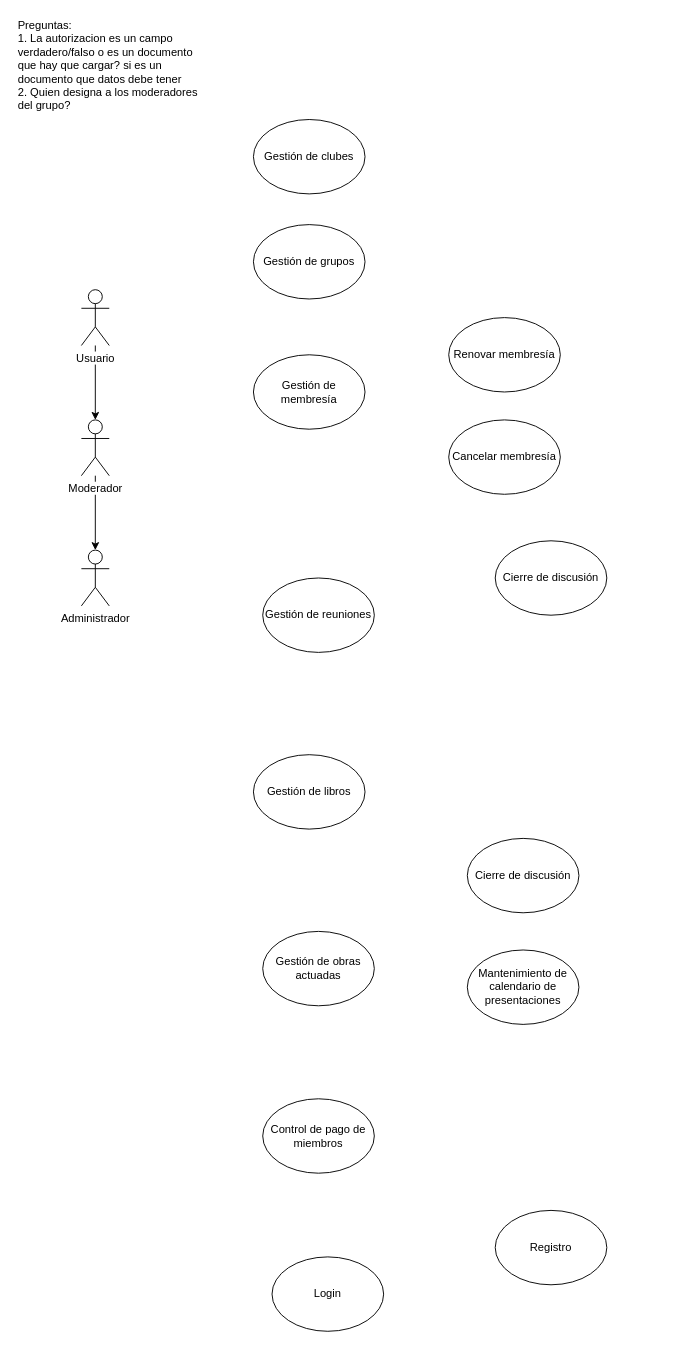
NeutronBlast/IS-Ex keeps this draw.io diagram as RC UC.drawio. Above is the earlier version. Source tidied: cells renumbered, new cells numbered last; positions are measured from the earlier drawing's top-left corner, leaving out a move shared by most shapes. Both pictures are drawn from the tidied source at 93%, with x=0, y=0 at pixel (16, 16).
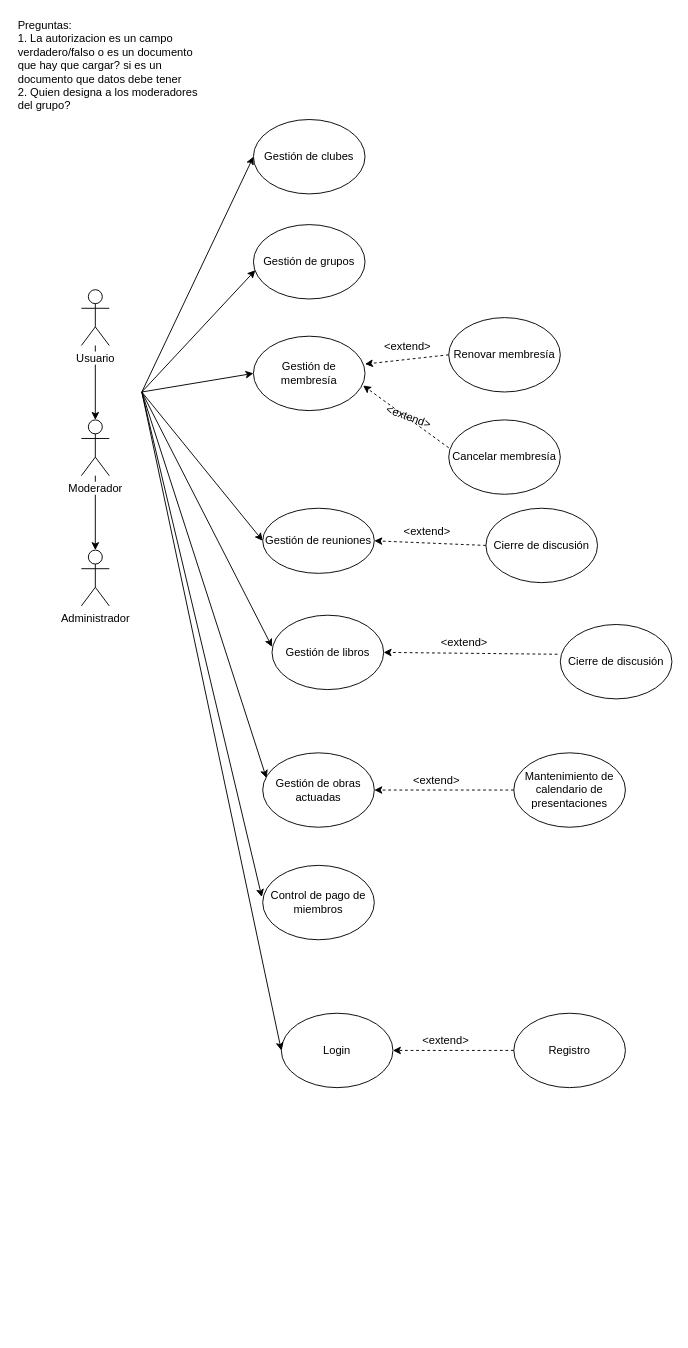
The same page after the edit.

Unchanged cells that the change refers to:
```xml
<mxCell id="7" value="Gestión de grupos" style="ellipse;whiteSpace=wrap;html=1;" parent="1" vertex="1">
  <mxGeometry x="255" y="224" width="120" height="80" as="geometry" />
</mxCell>
<mxCell id="10" value="Renovar membresía" style="ellipse;whiteSpace=wrap;html=1;" parent="1" vertex="1">
  <mxGeometry x="465" y="324" width="120" height="80" as="geometry" />
</mxCell>
<mxCell id="11" value="Cancelar membresía" style="ellipse;whiteSpace=wrap;html=1;" parent="1" vertex="1">
  <mxGeometry x="465" y="434" width="120" height="80" as="geometry" />
</mxCell>
<mxCell id="17" value="Gestión de clubes" style="ellipse;whiteSpace=wrap;html=1;" parent="1" vertex="1">
  <mxGeometry x="255" y="111" width="120" height="80" as="geometry" />
</mxCell>
```

Change to the diagram source:
```diff
@@
     <mxCell id="8" value="Gestión de membresía" style="ellipse;whiteSpace=wrap;html=1;" parent="1" vertex="1">
-      <mxGeometry x="255" y="364" width="120" height="80" as="geometry" />
+      <mxGeometry x="255" y="344" width="120" height="80" as="geometry" />
     </mxCell>
@@
     <mxCell id="12" value="Gestión de reuniones" style="ellipse;whiteSpace=wrap;html=1;" parent="1" vertex="1">
-      <mxGeometry x="265" y="604" width="120" height="80" as="geometry" />
+      <mxGeometry x="265" y="529" width="120" height="70" as="geometry" />
     </mxCell>
     <mxCell id="13" value="Gestión de libros" style="ellipse;whiteSpace=wrap;html=1;" parent="1" vertex="1">
-      <mxGeometry x="255" y="794" width="120" height="80" as="geometry" />
+      <mxGeometry x="275" y="644" width="120" height="80" as="geometry" />
     </mxCell>
     <mxCell id="14" value="Cierre de discusión" style="ellipse;whiteSpace=wrap;html=1;" parent="1" vertex="1">
-      <mxGeometry x="515" y="564" width="120" height="80" as="geometry" />
+      <mxGeometry x="505" y="529" width="120" height="80" as="geometry" />
     </mxCell>
     <mxCell id="15" value="Gestión de obras actuadas" style="ellipse;whiteSpace=wrap;html=1;" parent="1" vertex="1">
-      <mxGeometry x="265" y="984" width="120" height="80" as="geometry" />
+      <mxGeometry x="265" y="792" width="120" height="80" as="geometry" />
     </mxCell>
     <mxCell id="16" value="Cierre de discusión" style="ellipse;whiteSpace=wrap;html=1;" parent="1" vertex="1">
-      <mxGeometry x="485" y="884" width="120" height="80" as="geometry" />
+      <mxGeometry x="585" y="654" width="120" height="80" as="geometry" />
     </mxCell>
@@
     <mxCell id="18" value="Control de pago de miembros" style="ellipse;whiteSpace=wrap;html=1;" parent="1" vertex="1">
-      <mxGeometry x="265" y="1164" width="120" height="80" as="geometry" />
+      <mxGeometry x="265" y="913" width="120" height="80" as="geometry" />
     </mxCell>
     <mxCell id="19" value="Mantenimiento de calendario de presentaciones" style="ellipse;whiteSpace=wrap;html=1;" parent="1" vertex="1">
-      <mxGeometry x="485" y="1004" width="120" height="80" as="geometry" />
+      <mxGeometry x="535" y="792" width="120" height="80" as="geometry" />
     </mxCell>
     <mxCell id="20" value="Login" style="ellipse;whiteSpace=wrap;html=1;" parent="1" vertex="1">
-      <mxGeometry x="275" y="1334" width="120" height="80" as="geometry" />
+      <mxGeometry x="285" y="1072" width="120" height="80" as="geometry" />
     </mxCell>
     <mxCell id="21" value="Registro" style="ellipse;whiteSpace=wrap;html=1;" parent="1" vertex="1">
-      <mxGeometry x="515" y="1284" width="120" height="80" as="geometry" />
+      <mxGeometry x="535" y="1072" width="120" height="80" as="geometry" />
     </mxCell>
+    <mxCell id="22" style="endArrow=classic;html=1;entryX=0;entryY=0.5;entryDx=0;entryDy=0;" parent="1" edge="1" target="17">
+      <mxGeometry relative="1" as="geometry">
+        <mxPoint x="135" y="404" as="sourcePoint" />
+      </mxGeometry>
+    </mxCell>
+    <mxCell id="23" style="endArrow=classic;html=1;entryX=0.017;entryY=0.613;entryDx=0;entryDy=0;entryPerimeter=0;" parent="1" edge="1" target="7">
+      <mxGeometry relative="1" as="geometry">
+        <mxPoint x="135" y="404" as="sourcePoint" />
+      </mxGeometry>
+    </mxCell>
+    <mxCell id="24" style="endArrow=classic;html=1;entryX=0;entryY=0.5;entryDx=0;entryDy=0;" parent="1" edge="1" target="8">
+      <mxGeometry relative="1" as="geometry">
+        <mxPoint x="135" y="404" as="sourcePoint" />
+      </mxGeometry>
+    </mxCell>
+    <mxCell id="25" style="endArrow=classic;html=1;entryX=0;entryY=0.5;entryDx=0;entryDy=0;" parent="1" edge="1" target="12">
+      <mxGeometry relative="1" as="geometry">
+        <mxPoint x="135" y="404" as="sourcePoint" />
+      </mxGeometry>
+    </mxCell>
+    <mxCell id="26" style="endArrow=classic;html=1;entryX=0;entryY=0.5;entryDx=0;entryDy=0;" parent="1" edge="1" target="20">
+      <mxGeometry relative="1" as="geometry">
+        <mxPoint x="135" y="404" as="sourcePoint" />
+      </mxGeometry>
+    </mxCell>
+    <mxCell id="27" style="endArrow=classic;html=1;entryX=-0.008;entryY=0.425;entryDx=0;entryDy=0;entryPerimeter=0;" parent="1" edge="1" target="18">
+      <mxGeometry relative="1" as="geometry">
+        <mxPoint x="135" y="404" as="sourcePoint" />
+      </mxGeometry>
+    </mxCell>
+    <mxCell id="28" style="endArrow=classic;html=1;entryX=0;entryY=0.425;entryDx=0;entryDy=0;entryPerimeter=0;" parent="1" edge="1" target="13">
+      <mxGeometry relative="1" as="geometry">
+        <mxPoint x="135" y="404" as="sourcePoint" />
+      </mxGeometry>
+    </mxCell>
+    <mxCell id="29" style="endArrow=classic;html=1;entryX=0.033;entryY=0.338;entryDx=0;entryDy=0;entryPerimeter=0;" parent="1" edge="1" target="15">
+      <mxGeometry relative="1" as="geometry">
+        <mxPoint x="135" y="404" as="sourcePoint" />
+      </mxGeometry>
+    </mxCell>
+    <mxCell id="30" style="endArrow=classic;html=1;exitX=0;exitY=0.5;exitDx=0;exitDy=0;entryX=1;entryY=0.375;entryDx=0;entryDy=0;entryPerimeter=0;dashed=1;" parent="1" edge="1" source="10" target="8">
+      <mxGeometry relative="1" as="geometry" />
+    </mxCell>
+    <mxCell id="31" style="endArrow=classic;html=1;exitX=0;exitY=0.375;exitDx=0;exitDy=0;dashed=1;exitPerimeter=0;entryX=0.983;entryY=0.663;entryDx=0;entryDy=0;entryPerimeter=0;" parent="1" edge="1" source="11" target="8">
+      <mxGeometry relative="1" as="geometry" />
+    </mxCell>
+    <mxCell id="32" style="endArrow=classic;html=1;exitX=0;exitY=0.5;exitDx=0;exitDy=0;dashed=1;entryX=1;entryY=0.5;entryDx=0;entryDy=0;" parent="1" edge="1" source="14" target="12">
+      <mxGeometry relative="1" as="geometry" />
+    </mxCell>
+    <mxCell id="33" style="endArrow=classic;html=1;exitX=-0.025;exitY=0.4;exitDx=0;exitDy=0;dashed=1;entryX=1;entryY=0.5;entryDx=0;entryDy=0;exitPerimeter=0;" parent="1" edge="1" source="16" target="13">
+      <mxGeometry relative="1" as="geometry" />
+    </mxCell>
+    <mxCell id="34" style="endArrow=classic;html=1;exitX=0;exitY=0.5;exitDx=0;exitDy=0;dashed=1;entryX=1;entryY=0.5;entryDx=0;entryDy=0;" parent="1" edge="1" source="19" target="15">
+      <mxGeometry relative="1" as="geometry" />
+    </mxCell>
+    <mxCell id="35" style="endArrow=classic;html=1;exitX=0;exitY=0.5;exitDx=0;exitDy=0;dashed=1;entryX=1;entryY=0.5;entryDx=0;entryDy=0;" parent="1" edge="1" source="21" target="20">
+      <mxGeometry relative="1" as="geometry" />
+    </mxCell>
+    <mxCell id="36" value="&amp;lt;extend&amp;gt;" style="text;html=1;align=left;verticalAlign=top;spacingTop=-4;" parent="1" vertex="1">
+      <mxGeometry x="394" y="345" width="70" height="20" as="geometry" />
+    </mxCell>
+    <mxCell id="37" value="&amp;lt;extend&amp;gt;" style="text;html=1;align=left;verticalAlign=top;spacingTop=-4;rotation=20;" parent="1" vertex="1">
+      <mxGeometry x="395" y="424" width="70" height="20" as="geometry" />
+    </mxCell>
+    <mxCell id="38" value="&amp;lt;extend&amp;gt;" style="text;html=1;align=left;verticalAlign=top;spacingTop=-4;" parent="1" vertex="1">
+      <mxGeometry x="415" y="544" width="70" height="20" as="geometry" />
+    </mxCell>
+    <mxCell id="39" value="&amp;lt;extend&amp;gt;" style="text;html=1;align=left;verticalAlign=top;spacingTop=-4;" parent="1" vertex="1">
+      <mxGeometry x="455" y="664" width="70" height="20" as="geometry" />
+    </mxCell>
+    <mxCell id="40" value="&amp;lt;extend&amp;gt;" style="text;html=1;align=left;verticalAlign=top;spacingTop=-4;" parent="1" vertex="1">
+      <mxGeometry x="425" y="812" width="70" height="20" as="geometry" />
+    </mxCell>
+    <mxCell id="41" value="&amp;lt;extend&amp;gt;" style="text;html=1;align=left;verticalAlign=top;spacingTop=-4;" parent="1" vertex="1">
+      <mxGeometry x="435" y="1092" width="70" height="20" as="geometry" />
+    </mxCell>
```
